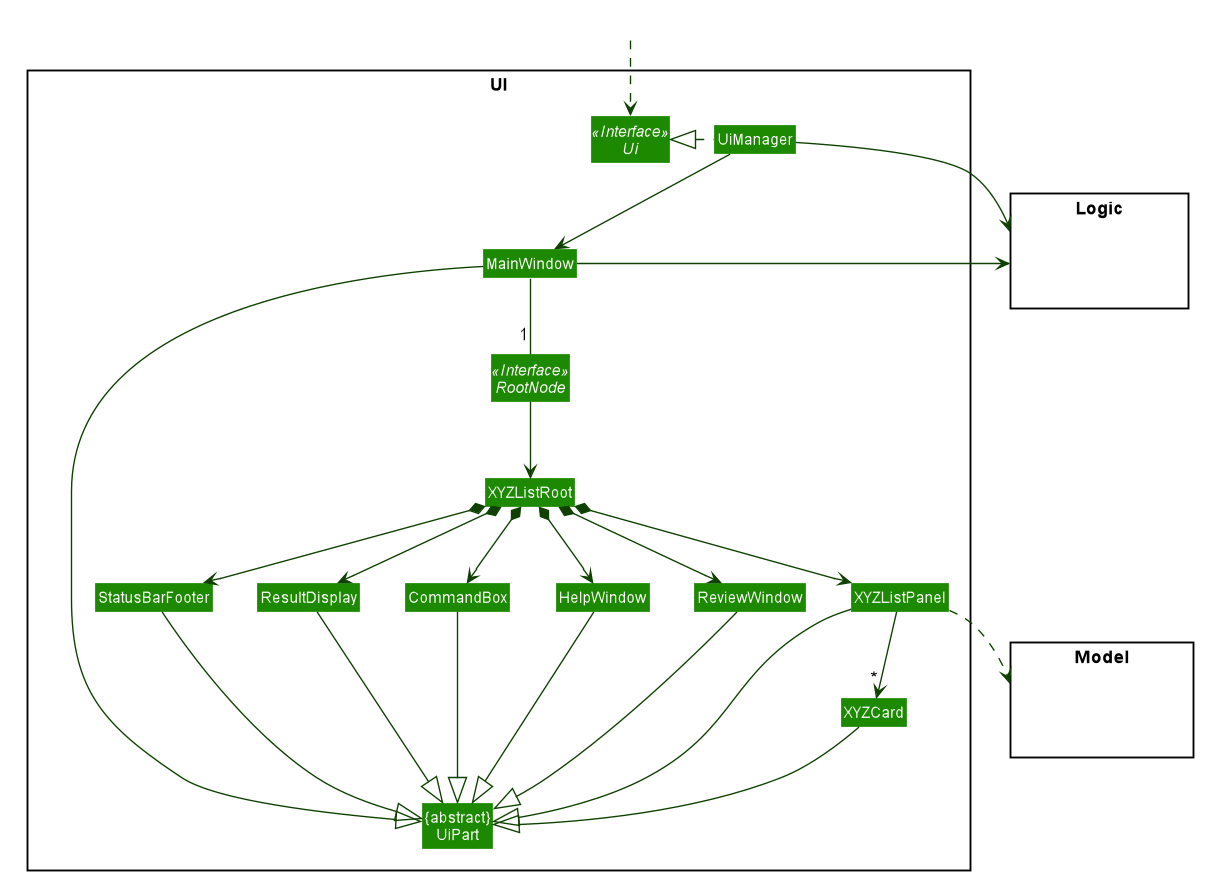
The PlantUML diagram docs/images/UiClassDiagram.png in rachel170/tp, before a commit.
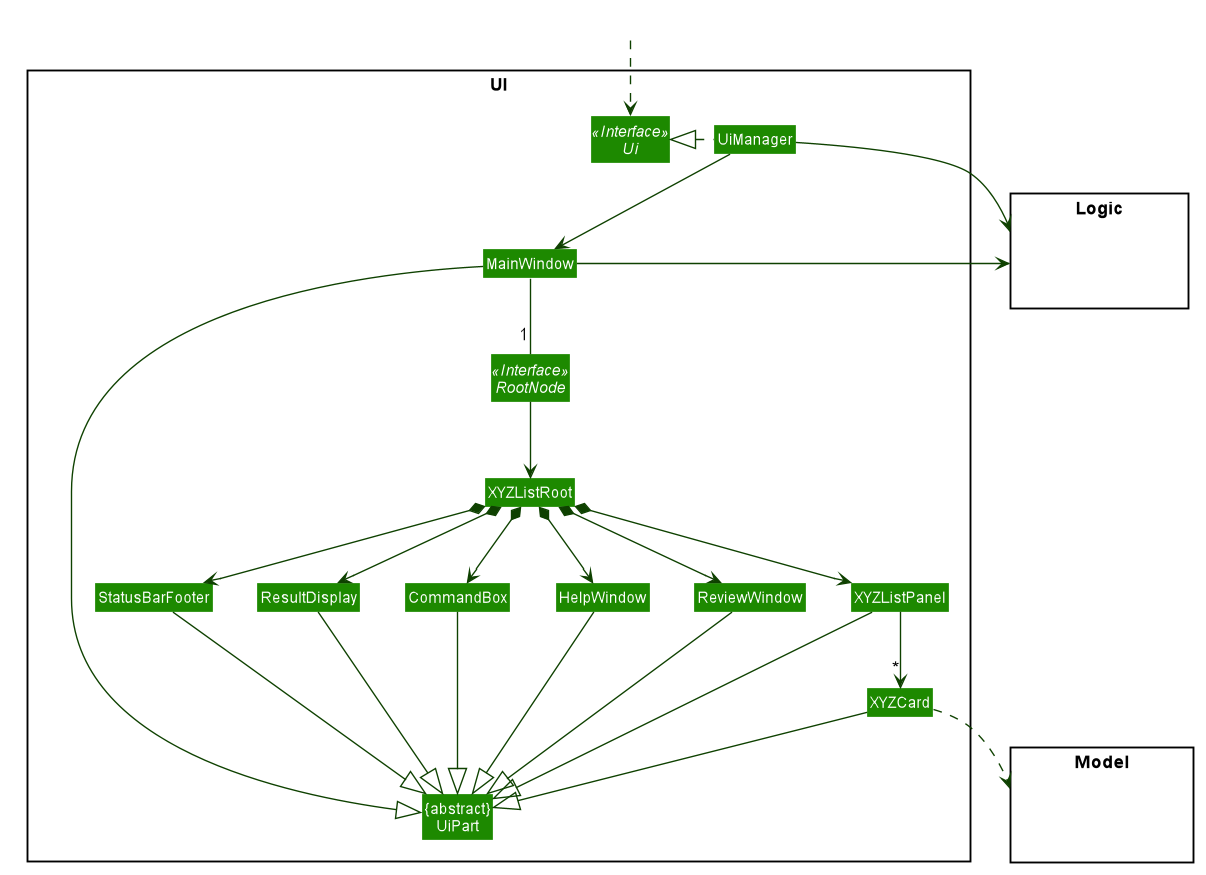
The same diagram one commit later.

The edit, as a diff of the source:
```diff
@@ -101,7 +101,7 @@
 HelpWindow -down-|> UiPart
 ReviewWindow --|> UiPart
 
-XYZListPanel ..> Model
+XYZCard ..> Model
 UiManager -right-> Logic
 HelpWindow -[hidden]right-> ReviewWindow
 MainWindow -left-> Logic
```
